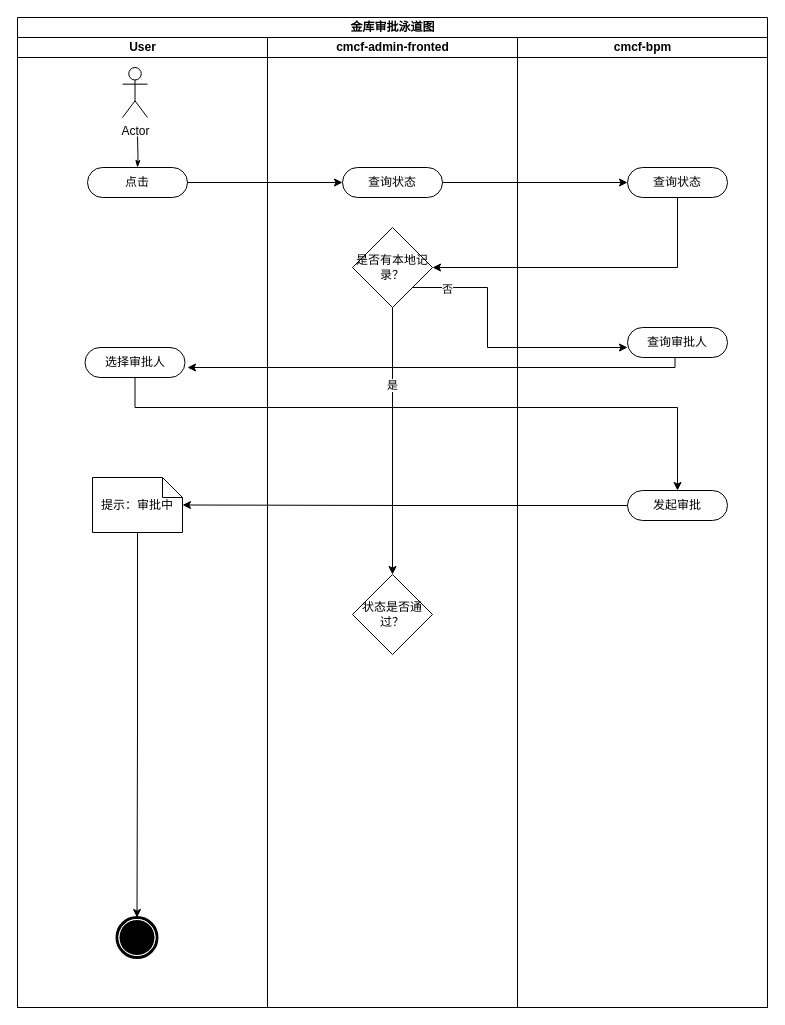
Above: vault for swim lane.drawio in king-Fong/draws (draw.io), before the change. Source tidied: cells renumbered, new cells numbered last; positions are measured from the earlier drawing's top-left corner, leaving out a move shared by most shapes. Both pictures are drawn from the tidied source at 100%, with x=0, y=0 at pixel (17, 17).
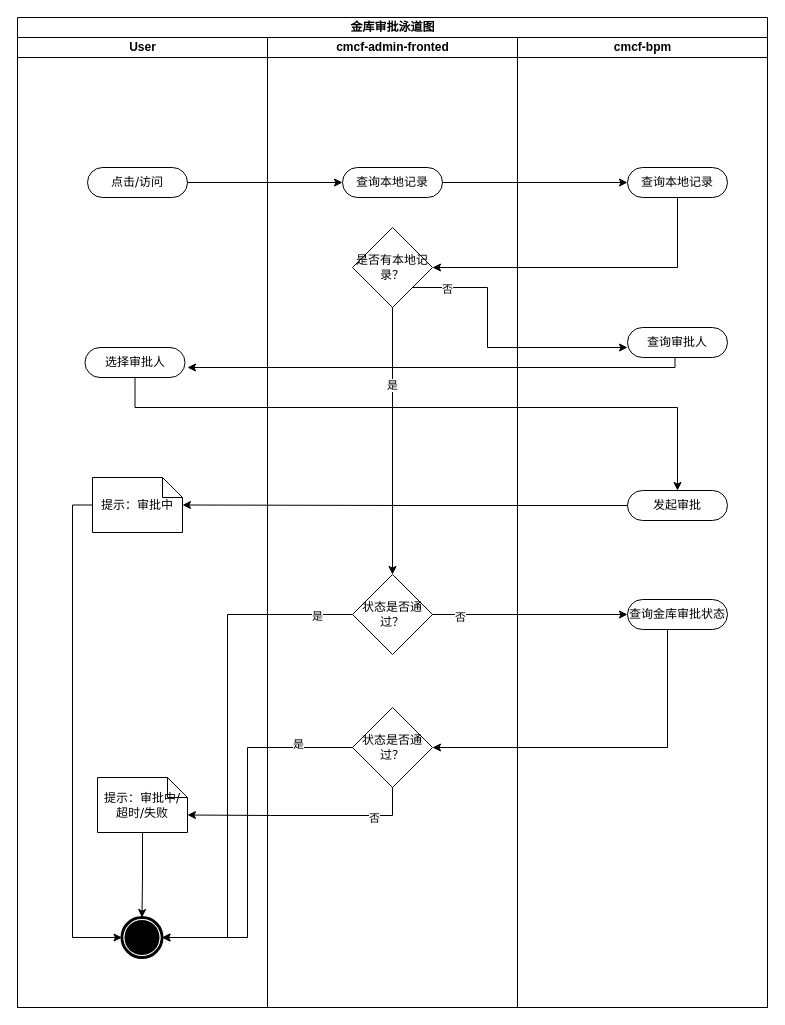
The same diagram, later.

The change refers to these unchanged cells:
```xml
<mxCell id="2" value="金库审批泳道图" style="swimlane;html=1;startSize=20;rounded=0;shadow=0;comic=0;labelBackgroundColor=none;strokeWidth=1;fontFamily=Verdana;fontSize=12;align=center;" parent="1" vertex="1">
  <mxGeometry width="750" height="990" as="geometry" />
</mxCell>
<mxCell id="3" value="User" style="swimlane;html=1;startSize=20;" parent="2" vertex="1">
  <mxGeometry y="20" width="250" height="970" as="geometry" />
</mxCell>
<mxCell id="9" value="提示：审批中" style="shape=note;whiteSpace=wrap;html=1;rounded=0;shadow=0;comic=0;labelBackgroundColor=none;strokeWidth=1;fontFamily=Verdana;fontSize=12;align=center;size=20;" parent="3" vertex="1">
  <mxGeometry x="75" y="440" width="90" height="55" as="geometry" />
</mxCell>
<mxCell id="12" value="cmcf-admin-fronted" style="swimlane;html=1;startSize=20;" parent="2" vertex="1">
  <mxGeometry x="250" y="20" width="250" height="970" as="geometry" />
</mxCell>
<mxCell id="17" value="状态是否通过？" style="rhombus;whiteSpace=wrap;html=1;" parent="12" vertex="1">
  <mxGeometry x="85" y="537" width="80" height="80" as="geometry" />
</mxCell>
<mxCell id="19" value="cmcf-bpm" style="swimlane;html=1;startSize=20;" parent="2" vertex="1">
  <mxGeometry x="500" y="20" width="250" height="970" as="geometry" />
</mxCell>
```

The edit, as a diff of the source:
```diff
@@
-    <mxCell id="4" value="点击" style="rounded=1;whiteSpace=wrap;html=1;shadow=0;comic=0;labelBackgroundColor=none;strokeWidth=1;fontFamily=Verdana;fontSize=12;align=center;arcSize=50;" parent="3" vertex="1">
+    <mxCell id="4" value="点击/访问" style="rounded=1;whiteSpace=wrap;html=1;shadow=0;comic=0;labelBackgroundColor=none;strokeWidth=1;fontFamily=Verdana;fontSize=12;align=center;arcSize=50;" parent="3" vertex="1">
       <mxGeometry x="70" y="130" width="100" height="30" as="geometry" />
     </mxCell>
-    <mxCell id="5" style="edgeStyle=orthogonalEdgeStyle;rounded=0;html=1;labelBackgroundColor=none;startArrow=none;startFill=0;startSize=5;endArrow=classicThin;endFill=1;endSize=5;jettySize=auto;strokeWidth=1;fontFamily=Verdana;fontSize=12;exitX=0.5;exitY=1;exitDx=0;exitDy=0;" parent="3" edge="1" target="4">
-      <mxGeometry relative="1" as="geometry">
-        <mxPoint x="120" y="99" as="sourcePoint" />
-      </mxGeometry>
-    </mxCell>
-    <mxCell id="6" value="Actor" style="shape=umlActor;verticalLabelPosition=bottom;verticalAlign=top;html=1;" parent="3" vertex="1">
-      <mxGeometry x="105" y="30" width="25" height="50" as="geometry" />
-    </mxCell>
@@
-    <mxCell id="8" style="edgeStyle=orthogonalEdgeStyle;rounded=0;jettySize=auto;html=1;entryX=0.5;entryY=0;entryDx=0;entryDy=0;" parent="3" edge="1" source="9" target="10">
-      <mxGeometry relative="1" as="geometry" />
+    <mxCell id="8" style="edgeStyle=orthogonalEdgeStyle;rounded=0;jettySize=auto;html=1;entryX=0;entryY=0.5;entryDx=0;entryDy=0;exitX=0;exitY=0.5;exitDx=0;exitDy=0;exitPerimeter=0;" parent="3" edge="1" source="9" target="10">
+      <mxGeometry relative="1" as="geometry">
+        <Array as="points">
+          <mxPoint x="55" y="468" />
+          <mxPoint x="55" y="900" />
+        </Array>
+      </mxGeometry>
     </mxCell>
@@
     <mxCell id="10" style="shape=mxgraph.bpmn.shape;html=1;verticalLabelPosition=bottom;labelBackgroundColor=#ffffff;verticalAlign=top;perimeter=ellipsePerimeter;outline=end;symbol=terminate;rounded=0;shadow=0;comic=0;strokeWidth=1;fontFamily=Verdana;fontSize=12;align=center;" parent="3" vertex="1">
-      <mxGeometry x="99.5" y="880" width="40" height="40" as="geometry" />
+      <mxGeometry x="104.5" y="880" width="40" height="40" as="geometry" />
     </mxCell>
+    <mxCell id="29" style="edgeStyle=orthogonalEdgeStyle;rounded=0;jettySize=auto;html=1;" parent="3" edge="1" source="30" target="10">
+      <mxGeometry relative="1" as="geometry" />
+    </mxCell>
+    <mxCell id="30" value="提示：审批中/超时/失败" style="shape=note;whiteSpace=wrap;html=1;rounded=0;shadow=0;comic=0;labelBackgroundColor=none;strokeWidth=1;fontFamily=Verdana;fontSize=12;align=center;size=20;" parent="3" vertex="1">
+      <mxGeometry x="80" y="740" width="90" height="55" as="geometry" />
+    </mxCell>
@@
-    <mxCell id="13" value="查询状态" style="rounded=1;whiteSpace=wrap;html=1;shadow=0;comic=0;labelBackgroundColor=none;strokeWidth=1;fontFamily=Verdana;fontSize=12;align=center;arcSize=50;" parent="12" vertex="1">
+    <mxCell id="13" value="查询本地记录" style="rounded=1;whiteSpace=wrap;html=1;shadow=0;comic=0;labelBackgroundColor=none;strokeWidth=1;fontFamily=Verdana;fontSize=12;align=center;arcSize=50;" parent="12" vertex="1">
       <mxGeometry x="75" y="130" width="100" height="30" as="geometry" />
     </mxCell>
@@
+    <mxCell id="31" value="状态是否通过？" style="rhombus;whiteSpace=wrap;html=1;" parent="12" vertex="1">
+      <mxGeometry x="85" y="670" width="80" height="80" as="geometry" />
+    </mxCell>
@@
-    <mxCell id="20" value="查询状态" style="rounded=1;whiteSpace=wrap;html=1;shadow=0;comic=0;labelBackgroundColor=none;strokeWidth=1;fontFamily=Verdana;fontSize=12;align=center;arcSize=50;" parent="19" vertex="1">
+    <mxCell id="20" value="查询本地记录" style="rounded=1;whiteSpace=wrap;html=1;shadow=0;comic=0;labelBackgroundColor=none;strokeWidth=1;fontFamily=Verdana;fontSize=12;align=center;arcSize=50;" parent="19" vertex="1">
       <mxGeometry x="110" y="130" width="100" height="30" as="geometry" />
     </mxCell>
@@
+    <mxCell id="32" value="查询金库审批状态" style="rounded=1;whiteSpace=wrap;html=1;shadow=0;comic=0;labelBackgroundColor=none;strokeWidth=1;fontFamily=Verdana;fontSize=12;align=center;arcSize=50;" parent="19" vertex="1">
+      <mxGeometry x="110" y="562" width="100" height="30" as="geometry" />
+    </mxCell>
@@
+    <mxCell id="33" style="edgeStyle=orthogonalEdgeStyle;rounded=0;jettySize=auto;html=1;entryX=1;entryY=0.5;entryDx=0;entryDy=0;exitX=0;exitY=0.5;exitDx=0;exitDy=0;" parent="2" edge="1" source="17" target="10">
+      <mxGeometry relative="1" as="geometry">
+        <Array as="points">
+          <mxPoint x="210" y="597" />
+          <mxPoint x="210" y="920" />
+        </Array>
+      </mxGeometry>
+    </mxCell>
+    <mxCell id="34" value="是" style="edgeLabel;html=1;align=center;verticalAlign=middle;" parent="33" vertex="1">
+      <mxGeometry x="-0.86" y="1" relative="1" as="geometry" />
+    </mxCell>
+    <mxCell id="35" style="edgeStyle=orthogonalEdgeStyle;rounded=0;jettySize=auto;html=1;" parent="2" edge="1" source="17" target="32">
+      <mxGeometry relative="1" as="geometry" />
+    </mxCell>
+    <mxCell id="36" value="否" style="edgeLabel;html=1;align=center;verticalAlign=middle;" parent="35" vertex="1">
+      <mxGeometry x="-0.72" y="-2" relative="1" as="geometry" />
+    </mxCell>
+    <mxCell id="37" style="edgeStyle=orthogonalEdgeStyle;rounded=0;jettySize=auto;html=1;entryX=1;entryY=0.5;entryDx=0;entryDy=0;" parent="2" edge="1" source="32" target="31">
+      <mxGeometry relative="1" as="geometry">
+        <Array as="points">
+          <mxPoint x="650" y="730" />
+        </Array>
+      </mxGeometry>
+    </mxCell>
+    <mxCell id="38" style="edgeStyle=orthogonalEdgeStyle;rounded=0;jettySize=auto;html=1;" parent="2" edge="1" source="31" target="10">
+      <mxGeometry relative="1" as="geometry">
+        <Array as="points">
+          <mxPoint x="230" y="730" />
+          <mxPoint x="230" y="920" />
+        </Array>
+      </mxGeometry>
+    </mxCell>
+    <mxCell id="39" value="是" style="edgeLabel;html=1;align=center;verticalAlign=middle;" parent="38" vertex="1">
+      <mxGeometry x="-0.71" y="-4" relative="1" as="geometry" />
+    </mxCell>
+    <mxCell id="40" style="edgeStyle=orthogonalEdgeStyle;rounded=0;jettySize=auto;html=1;entryX=0;entryY=0;entryDx=90;entryDy=37.5;entryPerimeter=0;" parent="2" edge="1" source="31" target="30">
+      <mxGeometry relative="1" as="geometry">
+        <Array as="points">
+          <mxPoint x="375" y="798" />
+          <mxPoint x="253" y="798" />
+        </Array>
+      </mxGeometry>
+    </mxCell>
+    <mxCell id="41" value="否" style="edgeLabel;html=1;align=center;verticalAlign=middle;" parent="40" vertex="1">
+      <mxGeometry x="-0.6" y="2" relative="1" as="geometry" />
+    </mxCell>
```
